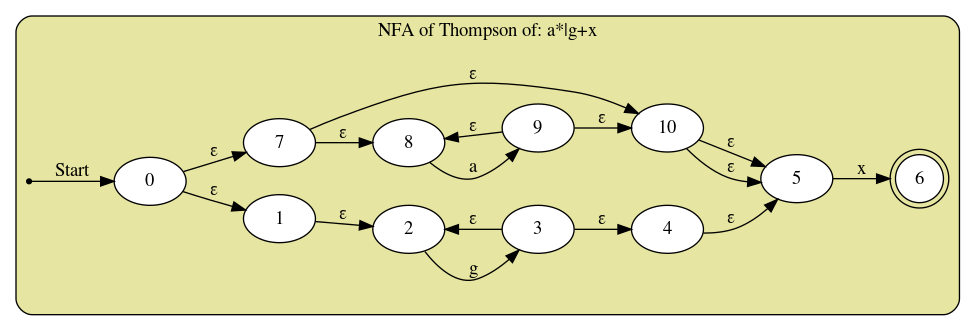
Before: Compiladores/NFA.png, a diagram exported from Graphviz (Andresrodart/Practicas). Its source is kept beside it as Compiladores/NFA.dot. Its diagram source:
```dot
digraph finite_state_machine{
    rankdir=LR;
    subgraph cluster{
        style = "rounded,filled";
        color = "#000000";
        fillcolor = "0.164 0.3 0.9";
        node [shape = point ] qi;
        node [style = "rounded,filled", color = "#000000", fillcolor = white, shape = doublecircle] 6;
        node [style = "rounded,filled", color = "#000000", fillcolor = white, shape="oval"];
        qi -> 0 [ label = "Start" ];
	0 -> 1 [ label = "&epsilon;" ];
	0 -> 7 [ label = "&epsilon;" ];
	1 -> 2 [ label = "&epsilon;" ];
	2 -> 3 [ label = "g" ];
	3 -> 4 [ label = "&epsilon;" ];
	3 -> 2 [ label = "&epsilon;" ];
	4 -> 5 [ label = "&epsilon;" ];
	5 -> 6 [ label = "x" ];
	7 -> 8 [ label = "&epsilon;" ];
	7 -> 10 [ label = "&epsilon;" ];
	8 -> 9 [ label = "a" ];
	9 -> 10 [ label = "&epsilon;" ];
	9 -> 8 [ label = "&epsilon;" ];
	10 -> 5 [ label = "&epsilon;" ];
	10 -> 5 [ label = "&epsilon;" ];
	label = "NFA of Thompson of: a*|g+x";
    }
}
```
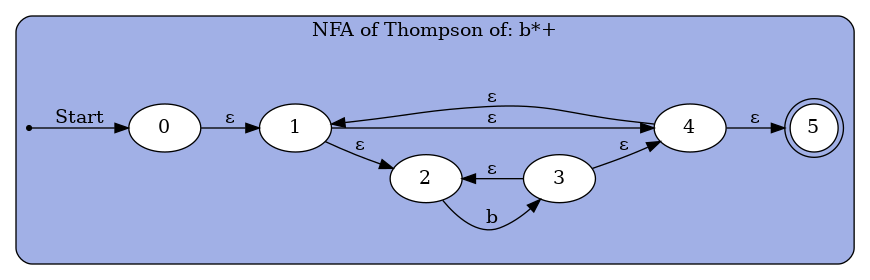
Later version of the same file.

The edit, as a diff of the source:
```diff
@@ -3,26 +3,19 @@
     subgraph cluster{
         style = "rounded,filled";
         color = "#000000";
-        fillcolor = "0.164 0.3 0.9";
+        fillcolor = "0.630 0.3 0.9";
         node [shape = point ] qi;
-        node [style = "rounded,filled", color = "#000000", fillcolor = white, shape = doublecircle] 6;
+        node [style = "rounded,filled", color = "#000000", fillcolor = white, shape = doublecircle] 5;
         node [style = "rounded,filled", color = "#000000", fillcolor = white, shape="oval"];
         qi -> 0 [ label = "Start" ];
 	0 -> 1 [ label = "&epsilon;" ];
-	0 -> 7 [ label = "&epsilon;" ];
 	1 -> 2 [ label = "&epsilon;" ];
-	2 -> 3 [ label = "g" ];
+	1 -> 4 [ label = "&epsilon;" ];
+	2 -> 3 [ label = "b" ];
 	3 -> 4 [ label = "&epsilon;" ];
 	3 -> 2 [ label = "&epsilon;" ];
 	4 -> 5 [ label = "&epsilon;" ];
-	5 -> 6 [ label = "x" ];
-	7 -> 8 [ label = "&epsilon;" ];
-	7 -> 10 [ label = "&epsilon;" ];
-	8 -> 9 [ label = "a" ];
-	9 -> 10 [ label = "&epsilon;" ];
-	9 -> 8 [ label = "&epsilon;" ];
-	10 -> 5 [ label = "&epsilon;" ];
-	10 -> 5 [ label = "&epsilon;" ];
-	label = "NFA of Thompson of: a*|g+x";
+	4 -> 1 [ label = "&epsilon;" ];
+	label = "NFA of Thompson of: b*+";
     }
 }
```
